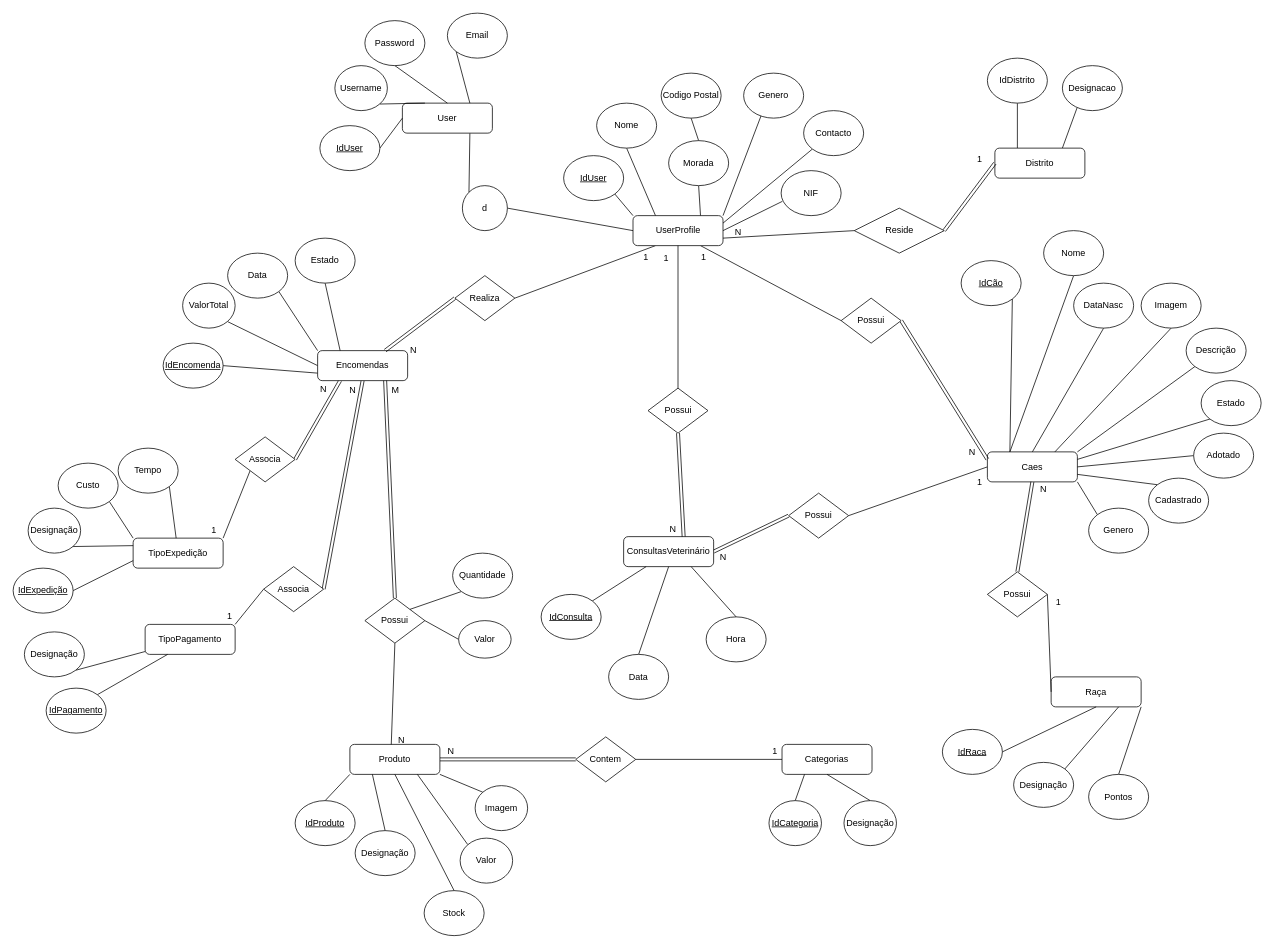
The draw.io diagram Diagramas/Diagrama Entidade Relacionamento.drawio in 2201120/Projeto-SI, before the edit. Source tidied: cells renumbered, new cells numbered last; positions are measured from the earlier drawing's top-left corner, leaving out a move shared by most shapes. Both pictures are drawn from the tidied source at 75%, with x=0, y=0 at pixel (13, 13).
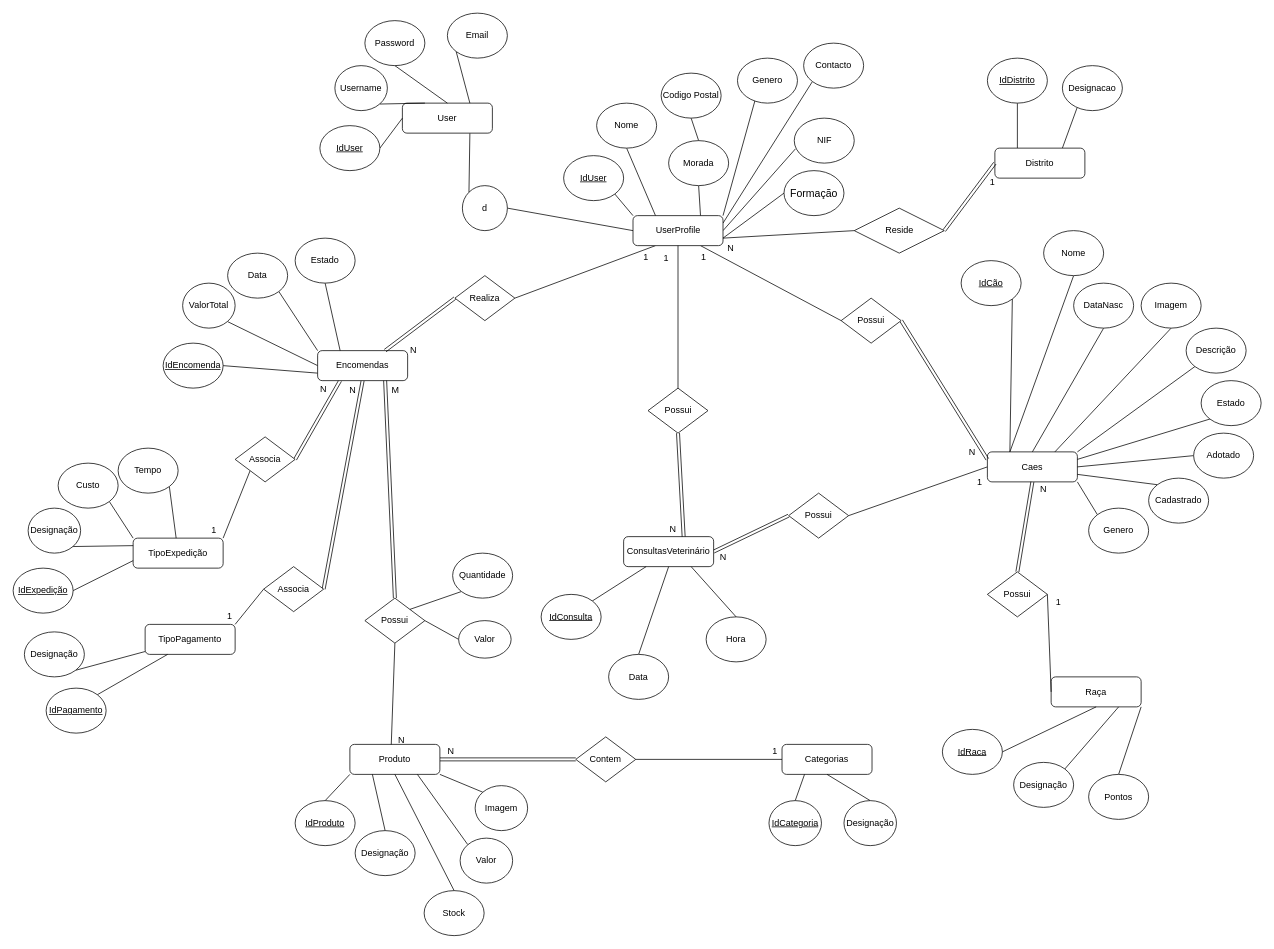
The same diagram, later.

Unchanged cells that the change refers to:
```xml
<mxCell id="13" value="UserProfile" style="rounded=1;whiteSpace=wrap;html=1;fontSize=12;glass=0;strokeWidth=1;shadow=0;" parent="1" vertex="1">
  <mxGeometry x="826.5" y="270" width="120" height="40" as="geometry" />
</mxCell>
```

Change to the diagram source:
```diff
@@
     <mxCell id="27" value="Genero" style="ellipse;whiteSpace=wrap;html=1;" parent="1" vertex="1">
-      <mxGeometry x="974" y="80" width="80" height="60" as="geometry" />
+      <mxGeometry x="965.8" y="60" width="80" height="60" as="geometry" />
     </mxCell>
     <mxCell id="28" value="NIF" style="ellipse;whiteSpace=wrap;html=1;" parent="1" vertex="1">
-      <mxGeometry x="1024" y="210" width="80" height="60" as="geometry" />
+      <mxGeometry x="1041.5" y="140" width="80" height="60" as="geometry" />
     </mxCell>
     <mxCell id="29" value="Contacto" style="ellipse;whiteSpace=wrap;html=1;" parent="1" vertex="1">
-      <mxGeometry x="1054" y="130" width="80" height="60" as="geometry" />
+      <mxGeometry x="1054" y="40" width="80" height="60" as="geometry" />
     </mxCell>
@@
-    <mxCell id="34" value="IdDistrito" style="ellipse;whiteSpace=wrap;html=1;" parent="1" vertex="1">
+    <mxCell id="34" value="&lt;u&gt;IdDistrito&lt;/u&gt;" style="ellipse;whiteSpace=wrap;html=1;" parent="1" vertex="1">
       <mxGeometry x="1299" y="60" width="80" height="60" as="geometry" />
     </mxCell>
@@
     <mxCell id="138" value="1" style="text;html=1;strokeColor=none;fillColor=none;align=center;verticalAlign=middle;whiteSpace=wrap;rounded=0;" parent="1" vertex="1">
-      <mxGeometry x="1259" y="180" width="60" height="30" as="geometry" />
+      <mxGeometry x="1276" y="210" width="60" height="30" as="geometry" />
     </mxCell>
     <mxCell id="139" value="N" style="text;html=1;strokeColor=none;fillColor=none;align=center;verticalAlign=middle;whiteSpace=wrap;rounded=0;" parent="1" vertex="1">
-      <mxGeometry x="937" y="277" width="60" height="30" as="geometry" />
+      <mxGeometry x="927" y="298" width="60" height="30" as="geometry" />
     </mxCell>
@@
+    <mxCell id="161" value="&lt;font style=&quot;font-size: 14px;&quot;&gt;Formação&lt;/font&gt;" style="ellipse;whiteSpace=wrap;html=1;" parent="1" vertex="1">
+      <mxGeometry x="1027.8" y="210" width="80" height="60" as="geometry" />
+    </mxCell>
+    <mxCell id="162" style="endArrow=none;html=1;rounded=0;fontSize=14;exitX=0;exitY=0.5;exitDx=0;exitDy=0;entryX=1;entryY=0.75;entryDx=0;entryDy=0;" parent="1" edge="1" source="161" target="13">
+      <mxGeometry relative="1" as="geometry" />
+    </mxCell>
```
